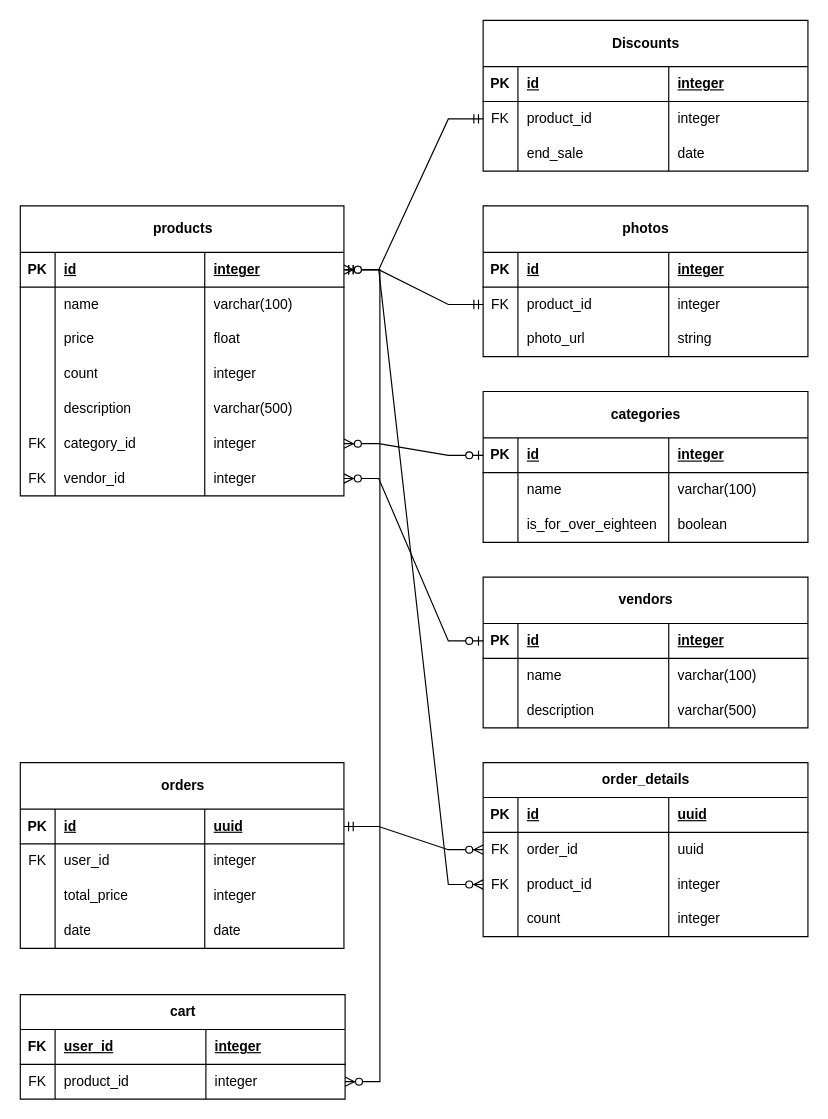
Above: shop-java-spring-bot-diagram.drawio in vr61v/spring-shopping-bot (draw.io), before the change. Source tidied: cells renumbered, new cells numbered last; positions are measured from the earlier drawing's top-left corner, leaving out a move shared by most shapes. Both pictures are drawn from the tidied source at 116%, with x=0, y=0 at pixel (20, 20).
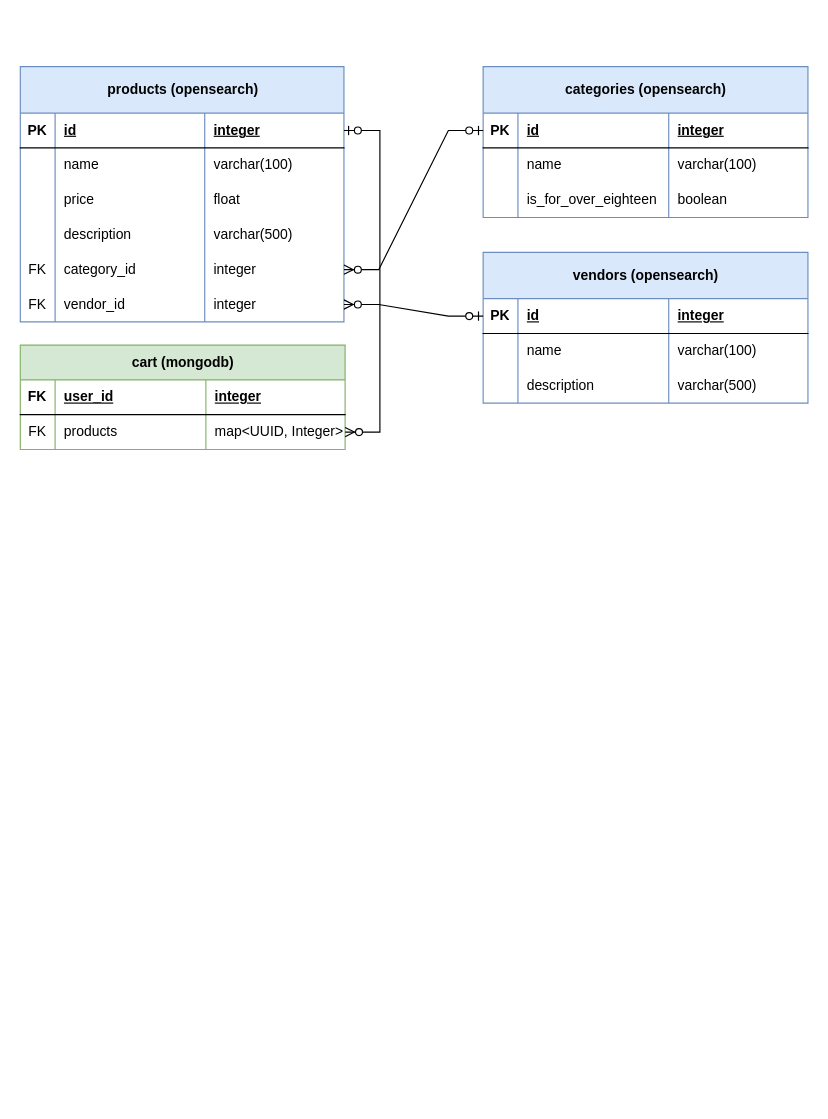
After the change.

The change refers to these unchanged cells:
```xml
<mxCell id="3" style="shape=tableRow;horizontal=0;startSize=0;swimlaneHead=0;swimlaneBody=0;fillColor=none;points=[[0,0.5],[1,0.5]];portConstraint=eastwest;top=0;left=0;right=0;bottom=1;" parent="2" vertex="1">
  <mxGeometry y="40" width="279" height="30" as="geometry" />
</mxCell>
<mxCell id="128" style="shape=tableRow;horizontal=0;startSize=0;swimlaneHead=0;swimlaneBody=0;fillColor=none;points=[[0,0.5],[1,0.5]];portConstraint=eastwest;top=0;left=0;right=0;bottom=0;" parent="123" vertex="1">
  <mxGeometry y="60" width="280" height="30" as="geometry" />
</mxCell>
```

What changed in the source:
```diff
@@
-    <mxCell id="2" value="products" style="shape=table;startSize=40;childLayout=tableLayout;rowLines=0;fontStyle=1;align=center;html=1;" parent="1" vertex="1">
-      <mxGeometry y="160" width="279" height="250" as="geometry" />
+    <mxCell id="2" value="products (opensearch)" style="shape=table;startSize=40;childLayout=tableLayout;rowLines=0;fontStyle=1;align=center;html=1;fillColor=#dae8fc;strokeColor=#6c8ebf;" parent="1" vertex="1">
+      <mxGeometry y="40" width="279" height="220" as="geometry" />
     </mxCell>
@@
-    <mxCell id="15" style="shape=tableRow;horizontal=0;startSize=0;swimlaneHead=0;swimlaneBody=0;fillColor=none;top=0;left=0;right=0;bottom=0;" parent="2" vertex="1">
-      <mxGeometry y="130" width="279" height="30" as="geometry" />
-    </mxCell>
-    <mxCell id="16" style="shape=partialRectangle;fillColor=none;top=0;left=0;bottom=0;right=0;overflow=hidden;whiteSpace=wrap;html=1;" parent="15" vertex="1">
-      <mxGeometry width="30" height="30" as="geometry" />
-    </mxCell>
-    <mxCell id="17" value="count" style="shape=partialRectangle;fillColor=none;top=0;left=0;bottom=0;right=0;align=left;spacingLeft=6;overflow=hidden;whiteSpace=wrap;html=1;" parent="15" vertex="1">
-      <mxGeometry x="30" width="129" height="30" as="geometry" />
-    </mxCell>
-    <mxCell id="18" value="integer" style="shape=partialRectangle;fillColor=none;top=0;left=0;bottom=0;right=0;align=left;spacingLeft=6;overflow=hidden;whiteSpace=wrap;html=1;" parent="15" vertex="1">
-      <mxGeometry x="159" width="120" height="30" as="geometry" />
-    </mxCell>
     <mxCell id="19" style="shape=tableRow;horizontal=0;startSize=0;swimlaneHead=0;swimlaneBody=0;fillColor=none;top=0;left=0;right=0;bottom=0;" parent="2" vertex="1">
-      <mxGeometry y="160" width="279" height="30" as="geometry" />
+      <mxGeometry y="130" width="279" height="30" as="geometry" />
     </mxCell>
@@
     <mxCell id="23" style="shape=tableRow;horizontal=0;startSize=0;swimlaneHead=0;swimlaneBody=0;fillColor=none;points=[[0,0.5],[1,0.5]];portConstraint=eastwest;top=0;left=0;right=0;bottom=0;" parent="2" vertex="1">
-      <mxGeometry y="190" width="279" height="30" as="geometry" />
+      <mxGeometry y="160" width="279" height="30" as="geometry" />
     </mxCell>
@@
     <mxCell id="27" style="shape=tableRow;horizontal=0;startSize=0;swimlaneHead=0;swimlaneBody=0;fillColor=none;points=[[0,0.5],[1,0.5]];portConstraint=eastwest;top=0;left=0;right=0;bottom=0;" parent="2" vertex="1">
-      <mxGeometry y="220" width="279" height="30" as="geometry" />
+      <mxGeometry y="190" width="279" height="30" as="geometry" />
     </mxCell>
@@
-    <mxCell id="31" value="categories" style="shape=table;startSize=40;childLayout=tableLayout;rowLines=0;fontStyle=1;align=center;html=1;" parent="1" vertex="1">
-      <mxGeometry x="399" y="320" width="280" height="130" as="geometry" />
+    <mxCell id="31" value="categories (opensearch)" style="shape=table;startSize=40;childLayout=tableLayout;rowLines=0;fontStyle=1;align=center;html=1;fillColor=#dae8fc;strokeColor=#6c8ebf;" parent="1" vertex="1">
+      <mxGeometry x="399" y="40" width="280" height="130" as="geometry" />
     </mxCell>
@@
-    <mxCell id="45" value="vendors" style="shape=table;startSize=40;childLayout=tableLayout;rowLines=0;fontStyle=1;align=center;html=1;" parent="1" vertex="1">
-      <mxGeometry x="399" y="480" width="280" height="130" as="geometry" />
+    <mxCell id="45" value="vendors (opensearch)" style="shape=table;startSize=40;childLayout=tableLayout;rowLines=0;fontStyle=1;align=center;html=1;fillColor=#dae8fc;strokeColor=#6c8ebf;" parent="1" vertex="1">
+      <mxGeometry x="399" y="200" width="280" height="130" as="geometry" />
     </mxCell>
@@
-    <mxCell id="59" value="photos" style="shape=table;startSize=40;childLayout=tableLayout;rowLines=0;fontStyle=1;align=center;html=1;" parent="1" vertex="1">
-      <mxGeometry x="399" y="160" width="280" height="130" as="geometry" />
-    </mxCell>
-    <mxCell id="60" style="shape=tableRow;horizontal=0;startSize=0;swimlaneHead=0;swimlaneBody=0;fillColor=none;top=0;left=0;right=0;bottom=1;" parent="59" vertex="1">
-      <mxGeometry y="40" width="280" height="30" as="geometry" />
-    </mxCell>
-    <mxCell id="61" value="PK" style="shape=partialRectangle;fillColor=none;top=0;left=0;bottom=0;right=0;fontStyle=1;overflow=hidden;whiteSpace=wrap;html=1;" parent="60" vertex="1">
-      <mxGeometry width="30" height="30" as="geometry" />
-    </mxCell>
-    <mxCell id="62" value="id" style="shape=partialRectangle;fillColor=none;top=0;left=0;bottom=0;right=0;align=left;spacingLeft=6;fontStyle=5;overflow=hidden;whiteSpace=wrap;html=1;" parent="60" vertex="1">
-      <mxGeometry x="30" width="130" height="30" as="geometry" />
-    </mxCell>
-    <mxCell id="63" value="integer" style="shape=partialRectangle;fillColor=none;top=0;left=0;bottom=0;right=0;align=left;spacingLeft=6;fontStyle=5;overflow=hidden;whiteSpace=wrap;html=1;" parent="60" vertex="1">
-      <mxGeometry x="160" width="120" height="30" as="geometry" />
-    </mxCell>
-    <mxCell id="64" style="shape=tableRow;horizontal=0;startSize=0;swimlaneHead=0;swimlaneBody=0;fillColor=none;points=[[0,0.5],[1,0.5]];portConstraint=eastwest;top=0;left=0;right=0;bottom=0;" parent="59" vertex="1">
-      <mxGeometry y="70" width="280" height="30" as="geometry" />
-    </mxCell>
-    <mxCell id="65" value="FK" style="shape=partialRectangle;fillColor=none;top=0;left=0;bottom=0;right=0;overflow=hidden;whiteSpace=wrap;html=1;" parent="64" vertex="1">
-      <mxGeometry width="30" height="30" as="geometry" />
-    </mxCell>
-    <mxCell id="66" value="product_id" style="shape=partialRectangle;fillColor=none;top=0;left=0;bottom=0;right=0;align=left;spacingLeft=6;overflow=hidden;whiteSpace=wrap;html=1;" parent="64" vertex="1">
-      <mxGeometry x="30" width="130" height="30" as="geometry" />
-    </mxCell>
-    <mxCell id="67" value="integer" style="shape=partialRectangle;fillColor=none;top=0;left=0;bottom=0;right=0;align=left;spacingLeft=6;overflow=hidden;whiteSpace=wrap;html=1;" parent="64" vertex="1">
-      <mxGeometry x="160" width="120" height="30" as="geometry" />
-    </mxCell>
-    <mxCell id="68" style="shape=tableRow;horizontal=0;startSize=0;swimlaneHead=0;swimlaneBody=0;fillColor=none;top=0;left=0;right=0;bottom=0;" parent="59" vertex="1">
-      <mxGeometry y="100" width="280" height="30" as="geometry" />
-    </mxCell>
-    <mxCell id="69" style="shape=partialRectangle;fillColor=none;top=0;left=0;bottom=0;right=0;overflow=hidden;whiteSpace=wrap;html=1;" parent="68" vertex="1">
-      <mxGeometry width="30" height="30" as="geometry" />
-    </mxCell>
-    <mxCell id="70" value="photo_url" style="shape=partialRectangle;fillColor=none;top=0;left=0;bottom=0;right=0;align=left;spacingLeft=6;overflow=hidden;whiteSpace=wrap;html=1;" parent="68" vertex="1">
-      <mxGeometry x="30" width="130" height="30" as="geometry" />
-    </mxCell>
-    <mxCell id="71" value="string" style="shape=partialRectangle;fillColor=none;top=0;left=0;bottom=0;right=0;align=left;spacingLeft=6;overflow=hidden;whiteSpace=wrap;html=1;" parent="68" vertex="1">
-      <mxGeometry x="160" width="120" height="30" as="geometry" />
-    </mxCell>
-    <mxCell id="72" style="edgeStyle=entityRelationEdgeStyle;fontSize=12;html=1;endArrow=ERmandOne;startArrow=ERmandOne;rounded=0;" parent="1" edge="1" source="3" target="64">
-      <mxGeometry relative="1" as="geometry">
-        <Array as="points">
-          <mxPoint x="860" y="290" />
-        </Array>
-      </mxGeometry>
-    </mxCell>
-    <mxCell id="73" value="Discounts" style="shape=table;startSize=40;childLayout=tableLayout;rowLines=0;fontStyle=1;align=center;html=1;" parent="1" vertex="1">
-      <mxGeometry x="399" width="280" height="130" as="geometry" />
-    </mxCell>
-    <mxCell id="74" style="shape=tableRow;horizontal=0;startSize=0;swimlaneHead=0;swimlaneBody=0;fillColor=none;top=0;left=0;right=0;bottom=1;" parent="73" vertex="1">
-      <mxGeometry y="40" width="280" height="30" as="geometry" />
-    </mxCell>
-    <mxCell id="75" value="PK" style="shape=partialRectangle;fillColor=none;top=0;left=0;bottom=0;right=0;fontStyle=1;overflow=hidden;whiteSpace=wrap;html=1;" parent="74" vertex="1">
-      <mxGeometry width="30" height="30" as="geometry" />
-    </mxCell>
-    <mxCell id="76" value="id" style="shape=partialRectangle;fillColor=none;top=0;left=0;bottom=0;right=0;align=left;spacingLeft=6;fontStyle=5;overflow=hidden;whiteSpace=wrap;html=1;" parent="74" vertex="1">
-      <mxGeometry x="30" width="130" height="30" as="geometry" />
-    </mxCell>
-    <mxCell id="77" value="integer" style="shape=partialRectangle;fillColor=none;top=0;left=0;bottom=0;right=0;align=left;spacingLeft=6;fontStyle=5;overflow=hidden;whiteSpace=wrap;html=1;" parent="74" vertex="1">
-      <mxGeometry x="160" width="120" height="30" as="geometry" />
-    </mxCell>
-    <mxCell id="78" style="shape=tableRow;horizontal=0;startSize=0;swimlaneHead=0;swimlaneBody=0;fillColor=none;points=[[0,0.5],[1,0.5]];portConstraint=eastwest;top=0;left=0;right=0;bottom=0;" parent="73" vertex="1">
-      <mxGeometry y="70" width="280" height="30" as="geometry" />
-    </mxCell>
-    <mxCell id="79" value="FK" style="shape=partialRectangle;fillColor=none;top=0;left=0;bottom=0;right=0;overflow=hidden;whiteSpace=wrap;html=1;" parent="78" vertex="1">
-      <mxGeometry width="30" height="30" as="geometry" />
-    </mxCell>
-    <mxCell id="80" value="product_id" style="shape=partialRectangle;fillColor=none;top=0;left=0;bottom=0;right=0;align=left;spacingLeft=6;overflow=hidden;whiteSpace=wrap;html=1;" parent="78" vertex="1">
-      <mxGeometry x="30" width="130" height="30" as="geometry" />
-    </mxCell>
-    <mxCell id="81" value="integer" style="shape=partialRectangle;fillColor=none;top=0;left=0;bottom=0;right=0;align=left;spacingLeft=6;overflow=hidden;whiteSpace=wrap;html=1;" parent="78" vertex="1">
-      <mxGeometry x="160" width="120" height="30" as="geometry" />
-    </mxCell>
-    <mxCell id="82" style="shape=tableRow;horizontal=0;startSize=0;swimlaneHead=0;swimlaneBody=0;fillColor=none;top=0;left=0;right=0;bottom=0;" parent="73" vertex="1">
-      <mxGeometry y="100" width="280" height="30" as="geometry" />
-    </mxCell>
-    <mxCell id="83" style="shape=partialRectangle;fillColor=none;top=0;left=0;bottom=0;right=0;overflow=hidden;whiteSpace=wrap;html=1;" parent="82" vertex="1">
-      <mxGeometry width="30" height="30" as="geometry" />
-    </mxCell>
-    <mxCell id="84" value="end_sale" style="shape=partialRectangle;fillColor=none;top=0;left=0;bottom=0;right=0;align=left;spacingLeft=6;overflow=hidden;whiteSpace=wrap;html=1;" parent="82" vertex="1">
-      <mxGeometry x="30" width="130" height="30" as="geometry" />
-    </mxCell>
-    <mxCell id="85" value="date" style="shape=partialRectangle;fillColor=none;top=0;left=0;bottom=0;right=0;align=left;spacingLeft=6;overflow=hidden;whiteSpace=wrap;html=1;" parent="82" vertex="1">
-      <mxGeometry x="160" width="120" height="30" as="geometry" />
-    </mxCell>
-    <mxCell id="86" style="edgeStyle=entityRelationEdgeStyle;fontSize=12;html=1;endArrow=ERmandOne;startArrow=ERmandOne;rounded=0;" parent="1" edge="1" source="3" target="78">
-      <mxGeometry relative="1" as="geometry" />
-    </mxCell>
-    <mxCell id="87" value="orders" style="shape=table;startSize=40;childLayout=tableLayout;rowLines=0;fontStyle=1;align=center;html=1;" parent="1" vertex="1">
-      <mxGeometry y="640" width="279" height="160" as="geometry" />
-    </mxCell>
-    <mxCell id="88" style="shape=tableRow;horizontal=0;startSize=0;swimlaneHead=0;swimlaneBody=0;fillColor=none;points=[[0,0.5],[1,0.5]];portConstraint=eastwest;top=0;left=0;right=0;bottom=1;" parent="87" vertex="1">
-      <mxGeometry y="40" width="279" height="30" as="geometry" />
-    </mxCell>
-    <mxCell id="89" value="PK" style="shape=partialRectangle;fillColor=none;top=0;left=0;bottom=0;right=0;fontStyle=1;overflow=hidden;whiteSpace=wrap;html=1;" parent="88" vertex="1">
-      <mxGeometry width="30" height="30" as="geometry" />
-    </mxCell>
-    <mxCell id="90" value="id" style="shape=partialRectangle;fillColor=none;top=0;left=0;bottom=0;right=0;align=left;spacingLeft=6;fontStyle=5;overflow=hidden;whiteSpace=wrap;html=1;" parent="88" vertex="1">
-      <mxGeometry x="30" width="129" height="30" as="geometry" />
-    </mxCell>
-    <mxCell id="91" value="uuid" style="shape=partialRectangle;fillColor=none;top=0;left=0;bottom=0;right=0;align=left;spacingLeft=6;fontStyle=5;overflow=hidden;whiteSpace=wrap;html=1;" parent="88" vertex="1">
-      <mxGeometry x="159" width="120" height="30" as="geometry" />
-    </mxCell>
-    <mxCell id="92" style="shape=tableRow;horizontal=0;startSize=0;swimlaneHead=0;swimlaneBody=0;fillColor=none;top=0;left=0;right=0;bottom=0;" parent="87" vertex="1">
-      <mxGeometry y="70" width="279" height="30" as="geometry" />
-    </mxCell>
-    <mxCell id="93" value="FK" style="shape=partialRectangle;fillColor=none;top=0;left=0;bottom=0;right=0;overflow=hidden;whiteSpace=wrap;html=1;" parent="92" vertex="1">
-      <mxGeometry width="30" height="30" as="geometry" />
-    </mxCell>
-    <mxCell id="94" value="user_id" style="shape=partialRectangle;fillColor=none;top=0;left=0;bottom=0;right=0;align=left;spacingLeft=6;overflow=hidden;whiteSpace=wrap;html=1;" parent="92" vertex="1">
-      <mxGeometry x="30" width="129" height="30" as="geometry" />
-    </mxCell>
-    <mxCell id="95" value="integer" style="shape=partialRectangle;fillColor=none;top=0;left=0;bottom=0;right=0;align=left;spacingLeft=6;overflow=hidden;whiteSpace=wrap;html=1;" parent="92" vertex="1">
-      <mxGeometry x="159" width="120" height="30" as="geometry" />
-    </mxCell>
-    <mxCell id="96" style="shape=tableRow;horizontal=0;startSize=0;swimlaneHead=0;swimlaneBody=0;fillColor=none;top=0;left=0;right=0;bottom=0;" parent="87" vertex="1">
-      <mxGeometry y="100" width="279" height="30" as="geometry" />
-    </mxCell>
-    <mxCell id="97" style="shape=partialRectangle;fillColor=none;top=0;left=0;bottom=0;right=0;overflow=hidden;whiteSpace=wrap;html=1;" parent="96" vertex="1">
-      <mxGeometry width="30" height="30" as="geometry" />
-    </mxCell>
-    <mxCell id="98" value="total_price" style="shape=partialRectangle;fillColor=none;top=0;left=0;bottom=0;right=0;align=left;spacingLeft=6;overflow=hidden;whiteSpace=wrap;html=1;" parent="96" vertex="1">
-      <mxGeometry x="30" width="129" height="30" as="geometry" />
-    </mxCell>
-    <mxCell id="99" value="integer" style="shape=partialRectangle;fillColor=none;top=0;left=0;bottom=0;right=0;align=left;spacingLeft=6;overflow=hidden;whiteSpace=wrap;html=1;" parent="96" vertex="1">
-      <mxGeometry x="159" width="120" height="30" as="geometry" />
-    </mxCell>
-    <mxCell id="100" style="shape=tableRow;horizontal=0;startSize=0;swimlaneHead=0;swimlaneBody=0;fillColor=none;top=0;left=0;right=0;bottom=0;" parent="87" vertex="1">
-      <mxGeometry y="130" width="279" height="30" as="geometry" />
-    </mxCell>
-    <mxCell id="101" style="shape=partialRectangle;fillColor=none;top=0;left=0;bottom=0;right=0;overflow=hidden;whiteSpace=wrap;html=1;" parent="100" vertex="1">
-      <mxGeometry width="30" height="30" as="geometry" />
-    </mxCell>
-    <mxCell id="102" value="date" style="shape=partialRectangle;fillColor=none;top=0;left=0;bottom=0;right=0;align=left;spacingLeft=6;overflow=hidden;whiteSpace=wrap;html=1;" parent="100" vertex="1">
-      <mxGeometry x="30" width="129" height="30" as="geometry" />
-    </mxCell>
-    <mxCell id="103" value="date" style="shape=partialRectangle;fillColor=none;top=0;left=0;bottom=0;right=0;align=left;spacingLeft=6;overflow=hidden;whiteSpace=wrap;html=1;" parent="100" vertex="1">
-      <mxGeometry x="159" width="120" height="30" as="geometry" />
-    </mxCell>
-    <mxCell id="104" value="order_details" style="shape=table;startSize=30;childLayout=tableLayout;rowLines=0;fontStyle=1;align=center;html=1;" parent="1" vertex="1">
-      <mxGeometry x="399" y="640" width="280" height="150" as="geometry" />
-    </mxCell>
-    <mxCell id="105" style="shape=tableRow;horizontal=0;startSize=0;swimlaneHead=0;swimlaneBody=0;fillColor=none;top=0;left=0;right=0;bottom=1;" parent="104" vertex="1">
-      <mxGeometry y="30" width="280" height="30" as="geometry" />
-    </mxCell>
-    <mxCell id="106" value="PK" style="shape=partialRectangle;fillColor=none;top=0;left=0;bottom=0;right=0;fontStyle=1;overflow=hidden;whiteSpace=wrap;html=1;" parent="105" vertex="1">
-      <mxGeometry width="30" height="30" as="geometry" />
-    </mxCell>
-    <mxCell id="107" value="id" style="shape=partialRectangle;fillColor=none;top=0;left=0;bottom=0;right=0;align=left;spacingLeft=6;fontStyle=5;overflow=hidden;whiteSpace=wrap;html=1;" parent="105" vertex="1">
-      <mxGeometry x="30" width="130" height="30" as="geometry" />
-    </mxCell>
-    <mxCell id="108" value="uuid" style="shape=partialRectangle;fillColor=none;top=0;left=0;bottom=0;right=0;align=left;spacingLeft=6;fontStyle=5;overflow=hidden;whiteSpace=wrap;html=1;" parent="105" vertex="1">
-      <mxGeometry x="160" width="120" height="30" as="geometry" />
-    </mxCell>
-    <mxCell id="109" style="shape=tableRow;horizontal=0;startSize=0;swimlaneHead=0;swimlaneBody=0;fillColor=none;points=[[0,0.5],[1,0.5]];portConstraint=eastwest;top=0;left=0;right=0;bottom=0;" parent="104" vertex="1">
-      <mxGeometry y="60" width="280" height="30" as="geometry" />
-    </mxCell>
-    <mxCell id="110" value="FK" style="shape=partialRectangle;fillColor=none;top=0;left=0;bottom=0;right=0;overflow=hidden;whiteSpace=wrap;html=1;" parent="109" vertex="1">
-      <mxGeometry width="30" height="30" as="geometry" />
-    </mxCell>
-    <mxCell id="111" value="order_id" style="shape=partialRectangle;fillColor=none;top=0;left=0;bottom=0;right=0;align=left;spacingLeft=6;overflow=hidden;whiteSpace=wrap;html=1;" parent="109" vertex="1">
-      <mxGeometry x="30" width="130" height="30" as="geometry" />
-    </mxCell>
-    <mxCell id="112" value="uuid" style="shape=partialRectangle;fillColor=none;top=0;left=0;bottom=0;right=0;align=left;spacingLeft=6;overflow=hidden;whiteSpace=wrap;html=1;" parent="109" vertex="1">
-      <mxGeometry x="160" width="120" height="30" as="geometry" />
-    </mxCell>
-    <mxCell id="113" style="shape=tableRow;horizontal=0;startSize=0;swimlaneHead=0;swimlaneBody=0;fillColor=none;points=[[0,0.5],[1,0.5]];portConstraint=eastwest;top=0;left=0;right=0;bottom=0;" parent="104" vertex="1">
-      <mxGeometry y="90" width="280" height="30" as="geometry" />
-    </mxCell>
-    <mxCell id="114" value="FK" style="shape=partialRectangle;fillColor=none;top=0;left=0;bottom=0;right=0;overflow=hidden;whiteSpace=wrap;html=1;" parent="113" vertex="1">
-      <mxGeometry width="30" height="30" as="geometry" />
-    </mxCell>
-    <mxCell id="115" value="product_id" style="shape=partialRectangle;fillColor=none;top=0;left=0;bottom=0;right=0;align=left;spacingLeft=6;overflow=hidden;whiteSpace=wrap;html=1;" parent="113" vertex="1">
-      <mxGeometry x="30" width="130" height="30" as="geometry" />
-    </mxCell>
-    <mxCell id="116" value="integer" style="shape=partialRectangle;fillColor=none;top=0;left=0;bottom=0;right=0;align=left;spacingLeft=6;overflow=hidden;whiteSpace=wrap;html=1;" parent="113" vertex="1">
-      <mxGeometry x="160" width="120" height="30" as="geometry" />
-    </mxCell>
-    <mxCell id="117" style="shape=tableRow;horizontal=0;startSize=0;swimlaneHead=0;swimlaneBody=0;fillColor=none;top=0;left=0;right=0;bottom=0;" parent="104" vertex="1">
-      <mxGeometry y="120" width="280" height="30" as="geometry" />
-    </mxCell>
-    <mxCell id="118" style="shape=partialRectangle;fillColor=none;top=0;left=0;bottom=0;right=0;overflow=hidden;whiteSpace=wrap;html=1;" parent="117" vertex="1">
-      <mxGeometry width="30" height="30" as="geometry" />
-    </mxCell>
-    <mxCell id="119" value="count" style="shape=partialRectangle;fillColor=none;top=0;left=0;bottom=0;right=0;align=left;spacingLeft=6;overflow=hidden;whiteSpace=wrap;html=1;" parent="117" vertex="1">
-      <mxGeometry x="30" width="130" height="30" as="geometry" />
-    </mxCell>
-    <mxCell id="120" value="integer" style="shape=partialRectangle;fillColor=none;top=0;left=0;bottom=0;right=0;align=left;spacingLeft=6;overflow=hidden;whiteSpace=wrap;html=1;" parent="117" vertex="1">
-      <mxGeometry x="160" width="120" height="30" as="geometry" />
-    </mxCell>
-    <mxCell id="121" style="edgeStyle=entityRelationEdgeStyle;fontSize=12;html=1;endArrow=ERzeroToMany;startArrow=ERmandOne;rounded=0;" parent="1" edge="1" source="88" target="109">
-      <mxGeometry relative="1" as="geometry" />
-    </mxCell>
-    <mxCell id="122" style="edgeStyle=entityRelationEdgeStyle;fontSize=12;html=1;endArrow=ERzeroToMany;endFill=1;startArrow=ERzeroToMany;rounded=0;" parent="1" edge="1" source="3" target="113">
-      <mxGeometry relative="1" as="geometry" />
-    </mxCell>
-    <mxCell id="123" value="cart" style="shape=table;startSize=30;childLayout=tableLayout;rowLines=0;fontStyle=1;align=center;html=1;" parent="1" vertex="1">
-      <mxGeometry y="840" width="280" height="90" as="geometry" />
+    <mxCell id="123" value="cart (mongodb)" style="shape=table;startSize=30;childLayout=tableLayout;rowLines=0;fontStyle=1;align=center;html=1;fillColor=#d5e8d4;strokeColor=#82b366;" parent="1" vertex="1">
+      <mxGeometry y="280" width="280" height="90" as="geometry" />
     </mxCell>
@@
-    <mxCell id="130" value="product_id" style="shape=partialRectangle;fillColor=none;top=0;left=0;bottom=0;right=0;align=left;spacingLeft=6;overflow=hidden;whiteSpace=wrap;html=1;" parent="128" vertex="1">
+    <mxCell id="130" value="products" style="shape=partialRectangle;fillColor=none;top=0;left=0;bottom=0;right=0;align=left;spacingLeft=6;overflow=hidden;whiteSpace=wrap;html=1;" parent="128" vertex="1">
       <mxGeometry x="30" width="130" height="30" as="geometry" />
     </mxCell>
-    <mxCell id="131" value="integer" style="shape=partialRectangle;fillColor=none;top=0;left=0;bottom=0;right=0;align=left;spacingLeft=6;overflow=hidden;whiteSpace=wrap;html=1;" parent="128" vertex="1">
+    <mxCell id="131" value="map&amp;lt;UUID, Integer&amp;gt;" style="shape=partialRectangle;fillColor=none;top=0;left=0;bottom=0;right=0;align=left;spacingLeft=6;overflow=hidden;whiteSpace=wrap;html=1;" parent="128" vertex="1">
       <mxGeometry x="160" width="120" height="30" as="geometry" />
     </mxCell>
```
